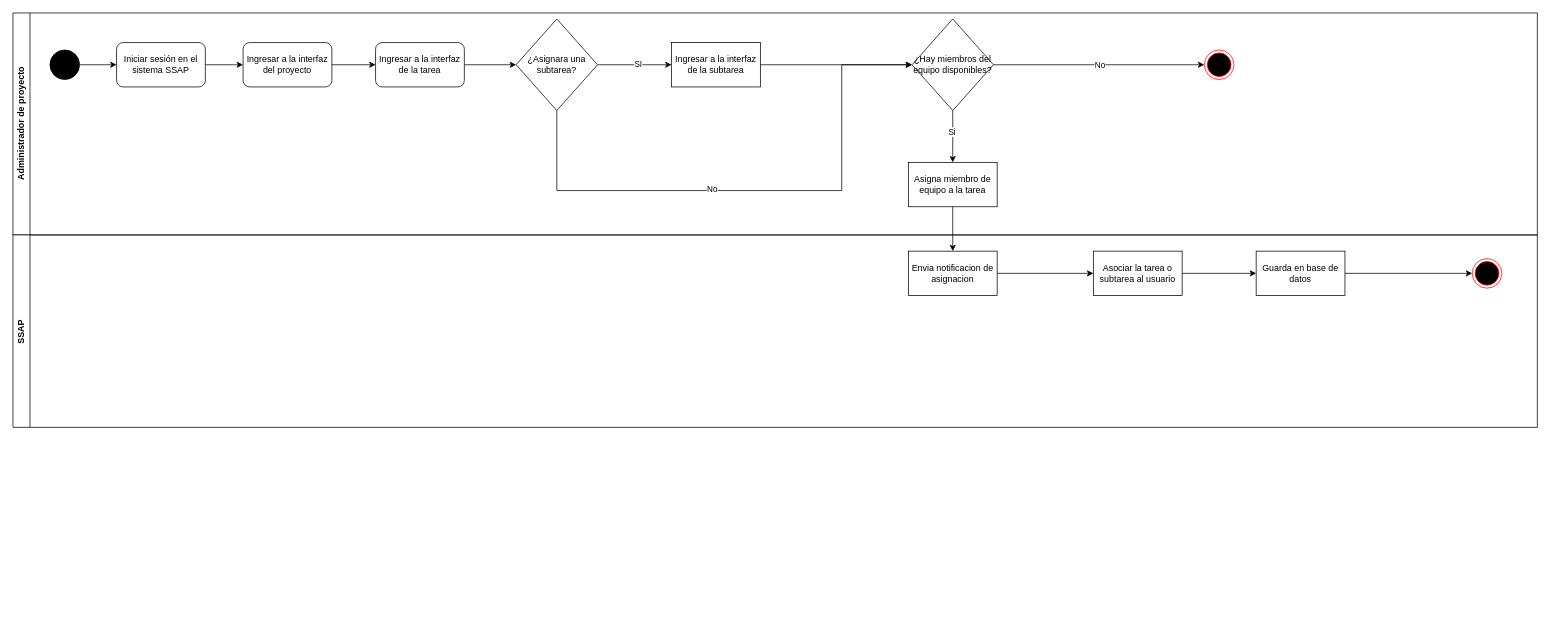
The draw.io diagram page "DIAGRAMA DE ACTVIDADES" (2 of 2) of DIAGRAMA DE SECUENCIAS Y ACTIVIDADES ASIGNACION DE SUBTAREAS Y TAREAS.drawio in Juarezgump655/Analisis_Sistemas_II, before the edit. Source tidied: cells renumbered, new cells numbered last; positions are measured from the earlier drawing's top-left corner, leaving out a move shared by most shapes. Both pictures are drawn from the tidied source at 74%, with x=0, y=0 at pixel (13, 13).
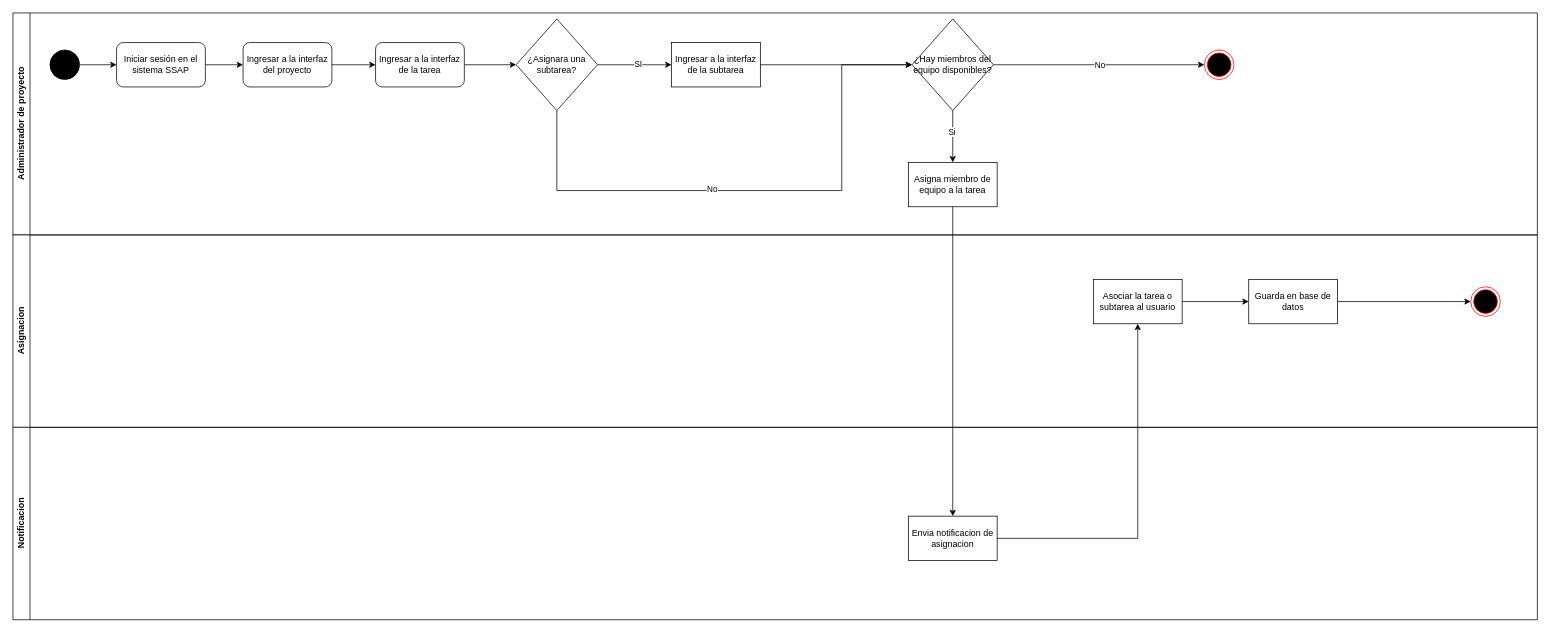
After the change.

The change refers to these unchanged cells:
```xml
<mxCell id="27" value="Asigna miembro de equipo a la tarea" style="whiteSpace=wrap;html=1;" parent="22" vertex="1">
  <mxGeometry x="1210" y="-98.1" width="120" height="60" as="geometry" />
</mxCell>
```

What changed in the source:
```diff
@@
-    <mxCell id="22" value="SSAP&amp;nbsp;" style="swimlane;horizontal=0;whiteSpace=wrap;html=1;startSize=23;" parent="1" vertex="1">
+    <mxCell id="22" value="Asignacion" style="swimlane;horizontal=0;whiteSpace=wrap;html=1;startSize=23;" parent="1" vertex="1">
       <mxGeometry y="300" width="2060" height="260" as="geometry" />
     </mxCell>
@@
-    <mxCell id="24" style="edgeStyle=orthogonalEdgeStyle;rounded=0;jettySize=auto;html=1;" parent="22" edge="1" source="29" target="31">
-      <mxGeometry relative="1" as="geometry" />
-    </mxCell>
@@
-    <mxCell id="26" style="edgeStyle=orthogonalEdgeStyle;rounded=0;jettySize=auto;html=1;" parent="22" edge="1" source="27" target="29">
-      <mxGeometry relative="1" as="geometry" />
-    </mxCell>
@@
     <mxCell id="28" style="ellipse;html=1;shape=endState;fillColor=#000000;strokeColor=#ff0000;" parent="22" vertex="1">
-      <mxGeometry x="1972" y="31.9" width="40" height="40" as="geometry" />
+      <mxGeometry x="1970" y="70" width="40" height="40" as="geometry" />
     </mxCell>
-    <mxCell id="29" value="Envia notificacion de asignacion" style="whiteSpace=wrap;html=1;" parent="22" vertex="1">
-      <mxGeometry x="1210" y="21.9" width="120" height="60" as="geometry" />
-    </mxCell>
     <mxCell id="30" value="Guarda en base de datos" style="whiteSpace=wrap;html=1;" parent="22" vertex="1">
-      <mxGeometry x="1680" y="21.9" width="120" height="60" as="geometry" />
+      <mxGeometry x="1670" y="60" width="120" height="60" as="geometry" />
     </mxCell>
     <mxCell id="31" value="Asociar la tarea o subtarea al usuario" style="whiteSpace=wrap;html=1;" parent="22" vertex="1">
-      <mxGeometry x="1460" y="21.9" width="120" height="60" as="geometry" />
+      <mxGeometry x="1460" y="60" width="120" height="60" as="geometry" />
     </mxCell>
@@
+    <mxCell id="34" value="Notificacion" style="swimlane;horizontal=0;whiteSpace=wrap;html=1;startSize=23;" parent="1" vertex="1">
+      <mxGeometry y="560" width="2060" height="260" as="geometry" />
+    </mxCell>
+    <mxCell id="29" value="Envia notificacion de asignacion" style="whiteSpace=wrap;html=1;" parent="34" vertex="1">
+      <mxGeometry x="1210" y="120" width="120" height="60" as="geometry" />
+    </mxCell>
+    <mxCell id="24" style="edgeStyle=orthogonalEdgeStyle;rounded=0;jettySize=auto;html=1;" parent="1" edge="1" source="29" target="31">
+      <mxGeometry relative="1" as="geometry" />
+    </mxCell>
+    <mxCell id="26" style="edgeStyle=orthogonalEdgeStyle;rounded=0;jettySize=auto;html=1;" parent="1" edge="1" source="27" target="29">
+      <mxGeometry relative="1" as="geometry" />
+    </mxCell>
```
